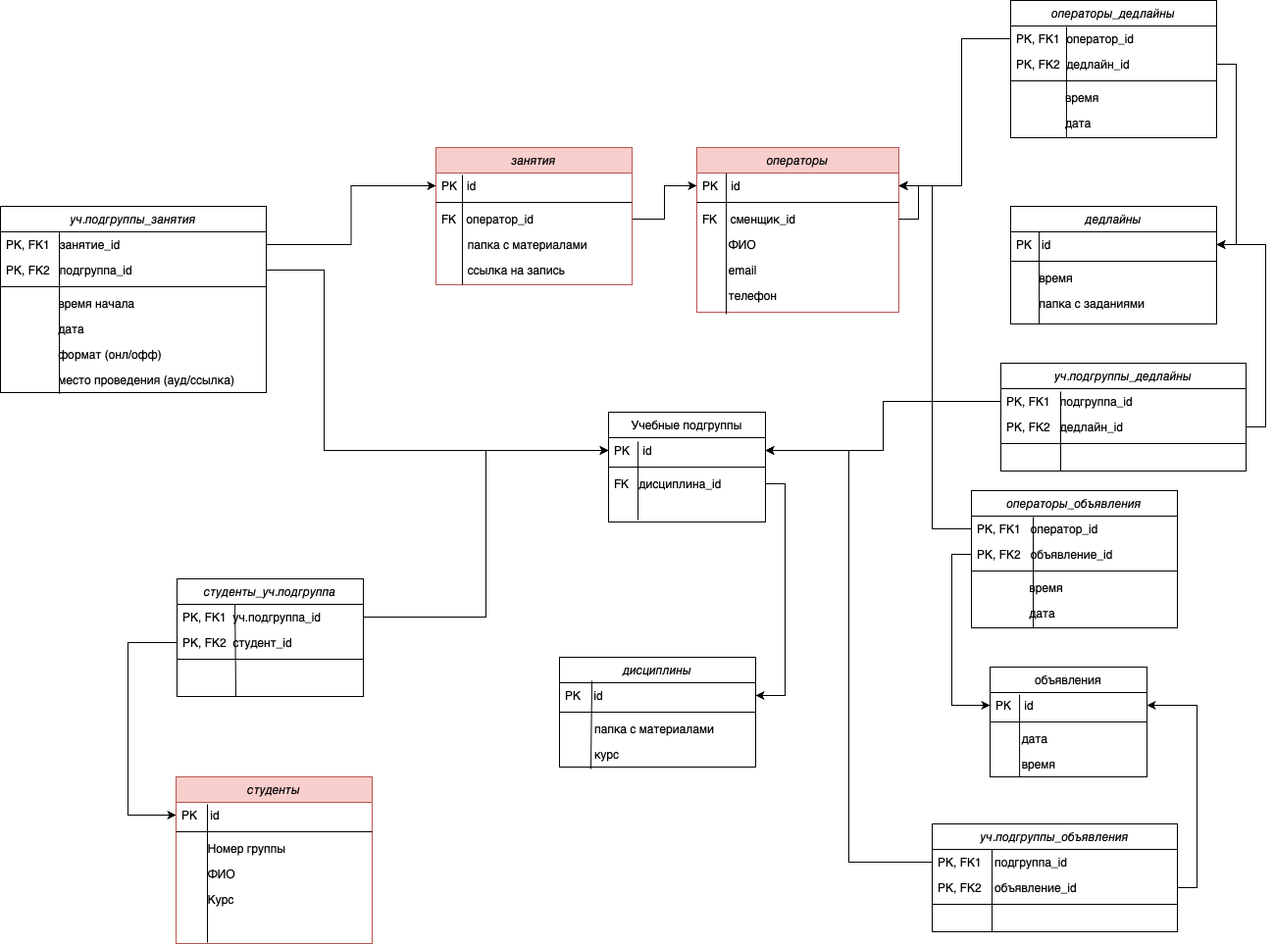
Above: TR_colored.png in goozlike/LectorPlus-database (draw.io), before the change. Source tidied: cells renumbered, new cells last; positions are measured from the earlier drawing's top-left corner, leaving out a move shared by most shapes.
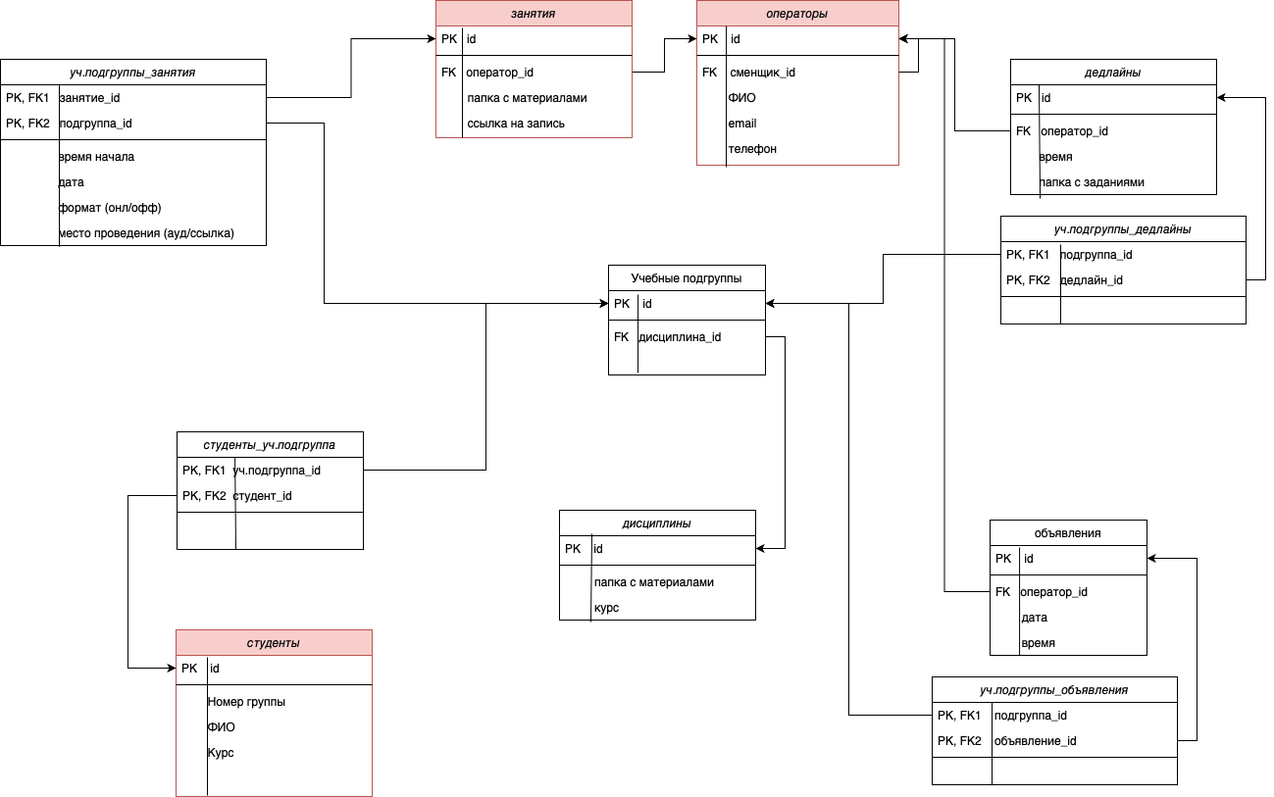
After the change.

Change to the diagram source:
```diff
@@ -17,17 +17,6 @@
     <mxCell id="6" value="FK   дисциплина_id" style="text;align=left;verticalAlign=top;spacingLeft=4;spacingRight=4;overflow=hidden;points=[[0,0.5],[1,0.5]];portConstraint=eastwest;" parent="3" vertex="1">
       <mxGeometry y="60" width="160" height="26" as="geometry" />
     </mxCell>
-    <mxCell id="7" style="edgeStyle=orthogonalEdgeStyle;rounded=0;jettySize=auto;html=1;exitX=0;exitY=0.5;exitDx=0;exitDy=0;endArrow=classic;endFill=1;fontSize=15;" parent="1" edge="1" source="19" target="10">
-      <mxGeometry relative="1" as="geometry">
-        <Array as="points">
-          <mxPoint x="980" y="39" />
-          <mxPoint x="980" y="189" />
-        </Array>
-      </mxGeometry>
-    </mxCell>
-    <mxCell id="8" style="edgeStyle=orthogonalEdgeStyle;rounded=0;jettySize=auto;html=1;exitX=1;exitY=0.5;exitDx=0;exitDy=0;endArrow=classic;endFill=1;fontSize=15;" parent="1" edge="1" source="20" target="26">
-      <mxGeometry relative="1" as="geometry" />
-    </mxCell>
     <mxCell id="9" value="операторы" style="swimlane;fontStyle=2;align=center;verticalAlign=top;horizontal=1;startSize=26;rounded=0;shadow=0;strokeWidth=1;fillColor=#f8cecc;strokeColor=#b85450;" parent="1" vertex="1">
       <mxGeometry x="710" y="150" width="206" height="168" as="geometry" />
     </mxCell>
@@ -57,31 +46,8 @@
         <mxPoint x="30" y="170" as="sourcePoint" />
       </mxGeometry>
     </mxCell>
-    <mxCell id="18" value="операторы_дедлайны" style="swimlane;fontStyle=2;align=center;verticalAlign=top;horizontal=1;startSize=26;rounded=0;shadow=0;strokeWidth=1;" parent="1" vertex="1">
-      <mxGeometry x="1030" width="210" height="140" as="geometry" />
-    </mxCell>
-    <mxCell id="19" value="PK, FK1  оператор_id " style="text;align=left;verticalAlign=top;spacingLeft=4;spacingRight=4;overflow=hidden;points=[[0,0.5],[1,0.5]];portConstraint=eastwest;" parent="18" vertex="1">
-      <mxGeometry y="26" width="210" height="26" as="geometry" />
-    </mxCell>
-    <mxCell id="20" value="PK, FK2  дедлайн_id " style="text;align=left;verticalAlign=top;spacingLeft=4;spacingRight=4;overflow=hidden;points=[[0,0.5],[1,0.5]];portConstraint=eastwest;" parent="18" vertex="1">
-      <mxGeometry y="52" width="210" height="26" as="geometry" />
-    </mxCell>
-    <mxCell id="21" style="line;html=1;strokeWidth=1;align=left;verticalAlign=middle;spacingTop=-1;spacingLeft=3;spacingRight=3;labelPosition=right;" parent="18" vertex="1">
-      <mxGeometry y="78" width="210" height="8" as="geometry" />
-    </mxCell>
-    <mxCell id="22" value="               время" style="text;align=left;verticalAlign=top;spacingLeft=4;spacingRight=4;overflow=hidden;" parent="18" vertex="1">
-      <mxGeometry y="86" width="210" height="26" as="geometry" />
-    </mxCell>
-    <mxCell id="23" value="               дата" style="text;align=left;verticalAlign=top;spacingLeft=4;spacingRight=4;overflow=hidden;points=[[0,0.5],[1,0.5]];portConstraint=eastwest;" parent="18" vertex="1">
-      <mxGeometry y="112" width="210" height="26" as="geometry" />
-    </mxCell>
-    <mxCell id="24" style="endArrow=none;html=1;entryX=0.271;entryY=1.077;entryDx=0;entryDy=0;entryPerimeter=0;" parent="18" edge="1" target="23">
-      <mxGeometry relative="1" as="geometry">
-        <mxPoint x="57" y="27" as="sourcePoint" />
-      </mxGeometry>
-    </mxCell>
     <mxCell id="25" value="дедлайны" style="swimlane;fontStyle=2;align=center;verticalAlign=top;horizontal=1;startSize=26;rounded=0;shadow=0;strokeWidth=1;" parent="1" vertex="1">
-      <mxGeometry x="1030" y="210" width="210" height="120" as="geometry" />
+      <mxGeometry x="1030" y="210" width="210" height="138" as="geometry" />
     </mxCell>
     <mxCell id="26" value="PK   id" style="text;align=left;verticalAlign=top;spacingLeft=4;spacingRight=4;overflow=hidden;points=[[0,0.5],[1,0.5]];portConstraint=eastwest;" parent="25" vertex="1">
       <mxGeometry y="26" width="210" height="26" as="geometry" />
@@ -89,12 +55,18 @@
     <mxCell id="27" style="line;html=1;strokeWidth=1;align=left;verticalAlign=middle;spacingTop=-1;spacingLeft=3;spacingRight=3;labelPosition=right;" parent="25" vertex="1">
       <mxGeometry y="52" width="210" height="8" as="geometry" />
     </mxCell>
+    <mxCell id="100" value="FK   оператор_id" style="text;align=left;verticalAlign=top;spacingLeft=4;spacingRight=4;overflow=hidden;points=[[0,0.5],[1,0.5]];portConstraint=eastwest;" parent="25" vertex="1">
+      <mxGeometry y="60" width="210" height="26" as="geometry" />
+    </mxCell>
     <mxCell id="28" value="       время" style="text;align=left;verticalAlign=top;spacingLeft=4;spacingRight=4;overflow=hidden;" parent="25" vertex="1">
-      <mxGeometry y="60" width="210" height="26" as="geometry" />
+      <mxGeometry y="86" width="210" height="26" as="geometry" />
     </mxCell>
     <mxCell id="29" value="       папка с заданиями" style="text;align=left;verticalAlign=top;spacingLeft=4;spacingRight=4;overflow=hidden;points=[[0,0.5],[1,0.5]];portConstraint=eastwest;" parent="25" vertex="1">
-      <mxGeometry y="86" width="210" height="26" as="geometry" />
+      <mxGeometry y="112" width="210" height="26" as="geometry" />
     </mxCell>
+    <mxCell id="96" style="endArrow=none;html=1;entryX=0.138;entryY=0;entryDx=0;entryDy=0;entryPerimeter=0;exitX=0.143;exitY=1.154;exitDx=0;exitDy=0;exitPerimeter=0;" parent="25" edge="1" source="29" target="26">
+      <mxGeometry relative="1" as="geometry" />
+    </mxCell>
     <mxCell id="30" value="студенты_уч.подгруппа" style="swimlane;fontStyle=2;align=center;verticalAlign=top;horizontal=1;startSize=26;rounded=0;shadow=0;strokeWidth=1;" parent="1" vertex="1">
       <mxGeometry x="180" y="590" width="190" height="120" as="geometry" />
     </mxCell>
@@ -203,7 +175,7 @@
       <mxGeometry relative="1" as="geometry" />
     </mxCell>
     <mxCell id="63" value="объявления" style="swimlane;fontStyle=0;align=center;verticalAlign=top;horizontal=1;startSize=26;rounded=0;shadow=0;strokeWidth=1;" parent="1" vertex="1">
-      <mxGeometry x="1009" y="680" width="160" height="112" as="geometry" />
+      <mxGeometry x="1009" y="680" width="160" height="138" as="geometry" />
     </mxCell>
     <mxCell id="64" value="PK    id" style="text;align=left;verticalAlign=top;spacingLeft=4;spacingRight=4;overflow=hidden;points=[[0,0.5],[1,0.5]];portConstraint=eastwest;" parent="63" vertex="1">
       <mxGeometry y="26" width="160" height="26" as="geometry" />
@@ -211,11 +183,14 @@
     <mxCell id="65" style="line;html=1;strokeWidth=1;align=left;verticalAlign=middle;spacingTop=-1;spacingLeft=3;spacingRight=3;labelPosition=right;" parent="63" vertex="1">
       <mxGeometry y="52" width="160" height="8" as="geometry" />
     </mxCell>
+    <mxCell id="101" value="FK   оператор_id" style="text;align=left;verticalAlign=top;spacingLeft=4;spacingRight=4;overflow=hidden;points=[[0,0.5],[1,0.5]];portConstraint=eastwest;" parent="63" vertex="1">
+      <mxGeometry y="60" width="160" height="26" as="geometry" />
+    </mxCell>
     <mxCell id="66" value="        дата" style="text;align=left;verticalAlign=top;spacingLeft=4;spacingRight=4;overflow=hidden;" parent="63" vertex="1">
-      <mxGeometry y="60" width="160" height="26" as="geometry" />
+      <mxGeometry y="86" width="160" height="26" as="geometry" />
     </mxCell>
     <mxCell id="67" value="        время" style="text;align=left;verticalAlign=top;spacingLeft=4;spacingRight=4;overflow=hidden;points=[[0,0.5],[1,0.5]];portConstraint=eastwest;" parent="63" vertex="1">
-      <mxGeometry y="86" width="160" height="26" as="geometry" />
+      <mxGeometry y="112" width="160" height="26" as="geometry" />
     </mxCell>
     <mxCell id="68" style="endArrow=none;html=1;exitX=0.188;exitY=1;exitDx=0;exitDy=0;exitPerimeter=0;entryX=0.188;entryY=0.077;entryDx=0;entryDy=0;entryPerimeter=0;" parent="63" edge="1" source="67" target="64">
       <mxGeometry relative="1" as="geometry" />
@@ -252,35 +227,6 @@
     <mxCell id="76" style="edgeStyle=orthogonalEdgeStyle;rounded=0;jettySize=auto;html=1;exitX=1;exitY=0.5;exitDx=0;exitDy=0;entryX=0;entryY=0.5;entryDx=0;entryDy=0;" parent="1" edge="1" source="35" target="51">
       <mxGeometry relative="1" as="geometry" />
     </mxCell>
-    <mxCell id="77" value="операторы_объявления" style="swimlane;fontStyle=2;align=center;verticalAlign=top;horizontal=1;startSize=26;rounded=0;shadow=0;strokeWidth=1;" parent="1" vertex="1">
-      <mxGeometry x="990" y="500" width="210" height="140" as="geometry" />
-    </mxCell>
-    <mxCell id="78" value="PK, FK1   оператор_id " style="text;align=left;verticalAlign=top;spacingLeft=4;spacingRight=4;overflow=hidden;points=[[0,0.5],[1,0.5]];portConstraint=eastwest;" parent="77" vertex="1">
-      <mxGeometry y="26" width="210" height="26" as="geometry" />
-    </mxCell>
-    <mxCell id="79" value="PK, FK2   объявление_id " style="text;align=left;verticalAlign=top;spacingLeft=4;spacingRight=4;overflow=hidden;points=[[0,0.5],[1,0.5]];portConstraint=eastwest;" parent="77" vertex="1">
-      <mxGeometry y="52" width="210" height="26" as="geometry" />
-    </mxCell>
-    <mxCell id="80" style="line;html=1;strokeWidth=1;align=left;verticalAlign=middle;spacingTop=-1;spacingLeft=3;spacingRight=3;labelPosition=right;" parent="77" vertex="1">
-      <mxGeometry y="78" width="210" height="8" as="geometry" />
-    </mxCell>
-    <mxCell id="81" value="                время" style="text;align=left;verticalAlign=top;spacingLeft=4;spacingRight=4;overflow=hidden;" parent="77" vertex="1">
-      <mxGeometry y="86" width="210" height="26" as="geometry" />
-    </mxCell>
-    <mxCell id="82" value="                дата" style="text;align=left;verticalAlign=top;spacingLeft=4;spacingRight=4;overflow=hidden;points=[[0,0.5],[1,0.5]];portConstraint=eastwest;" parent="77" vertex="1">
-      <mxGeometry y="112" width="210" height="26" as="geometry" />
-    </mxCell>
-    <mxCell id="83" style="endArrow=none;html=1;exitX=0.3;exitY=1.077;exitDx=0;exitDy=0;exitPerimeter=0;entryX=0.3;entryY=0.038;entryDx=0;entryDy=0;entryPerimeter=0;" parent="77" edge="1" source="82" target="78">
-      <mxGeometry relative="1" as="geometry" />
-    </mxCell>
-    <mxCell id="84" style="edgeStyle=orthogonalEdgeStyle;rounded=0;jettySize=auto;html=1;exitX=0;exitY=0.5;exitDx=0;exitDy=0;entryX=1;entryY=0.5;entryDx=0;entryDy=0;" parent="1" edge="1" source="78" target="10">
-      <mxGeometry relative="1" as="geometry">
-        <Array as="points">
-          <mxPoint x="950" y="539" />
-          <mxPoint x="950" y="189" />
-        </Array>
-      </mxGeometry>
-    </mxCell>
     <mxCell id="85" style="edgeStyle=orthogonalEdgeStyle;rounded=0;jettySize=auto;html=1;exitX=1;exitY=0.5;exitDx=0;exitDy=0;entryX=1;entryY=0.5;entryDx=0;entryDy=0;" parent="1" edge="1" source="71" target="64">
       <mxGeometry relative="1" as="geometry" />
     </mxCell>
@@ -295,9 +241,6 @@
         </Array>
       </mxGeometry>
     </mxCell>
-    <mxCell id="88" style="edgeStyle=orthogonalEdgeStyle;rounded=0;jettySize=auto;html=1;exitX=0;exitY=0.5;exitDx=0;exitDy=0;entryX=0;entryY=0.5;entryDx=0;entryDy=0;" parent="1" edge="1" source="79" target="64">
-      <mxGeometry relative="1" as="geometry" />
-    </mxCell>
     <mxCell id="89" value="уч.подгруппы_дедлайны" style="swimlane;fontStyle=2;align=center;verticalAlign=top;horizontal=1;startSize=26;rounded=0;shadow=0;strokeWidth=1;" parent="1" vertex="1">
       <mxGeometry x="1020" y="370" width="250" height="110" as="geometry" />
     </mxCell>
@@ -321,11 +264,6 @@
     <mxCell id="95" style="edgeStyle=orthogonalEdgeStyle;rounded=0;jettySize=auto;html=1;exitX=1;exitY=0.5;exitDx=0;exitDy=0;" parent="1" edge="1" source="91" target="26">
       <mxGeometry relative="1" as="geometry" />
     </mxCell>
-    <mxCell id="96" style="endArrow=none;html=1;entryX=0.138;entryY=0;entryDx=0;entryDy=0;entryPerimeter=0;" parent="1" edge="1" target="26">
-      <mxGeometry relative="1" as="geometry">
-        <mxPoint x="1059" y="330" as="sourcePoint" />
-      </mxGeometry>
-    </mxCell>
     <mxCell id="97" style="endArrow=none;html=1;entryX=0.311;entryY=0;entryDx=0;entryDy=0;entryPerimeter=0;" parent="1" edge="1" target="31">
       <mxGeometry relative="1" as="geometry">
         <mxPoint x="240" y="710" as="sourcePoint" />
@@ -339,5 +277,11 @@
     <mxCell id="99" style="edgeStyle=orthogonalEdgeStyle;rounded=0;jettySize=auto;html=1;exitX=1;exitY=0.5;exitDx=0;exitDy=0;entryX=1;entryY=0.5;entryDx=0;entryDy=0;" parent="1" edge="1" source="6" target="58">
       <mxGeometry relative="1" as="geometry" />
     </mxCell>
+    <mxCell id="102" style="edgeStyle=orthogonalEdgeStyle;rounded=0;jettySize=auto;html=1;exitX=0;exitY=0.5;exitDx=0;exitDy=0;entryX=1;entryY=0.5;entryDx=0;entryDy=0;" parent="1" edge="1" source="101" target="10">
+      <mxGeometry relative="1" as="geometry" />
+    </mxCell>
+    <mxCell id="103" style="edgeStyle=orthogonalEdgeStyle;rounded=0;jettySize=auto;html=1;exitX=0;exitY=0.5;exitDx=0;exitDy=0;" parent="1" edge="1" source="100" target="10">
+      <mxGeometry relative="1" as="geometry" />
+    </mxCell>
   </root>
 </mxGraphModel>
```
